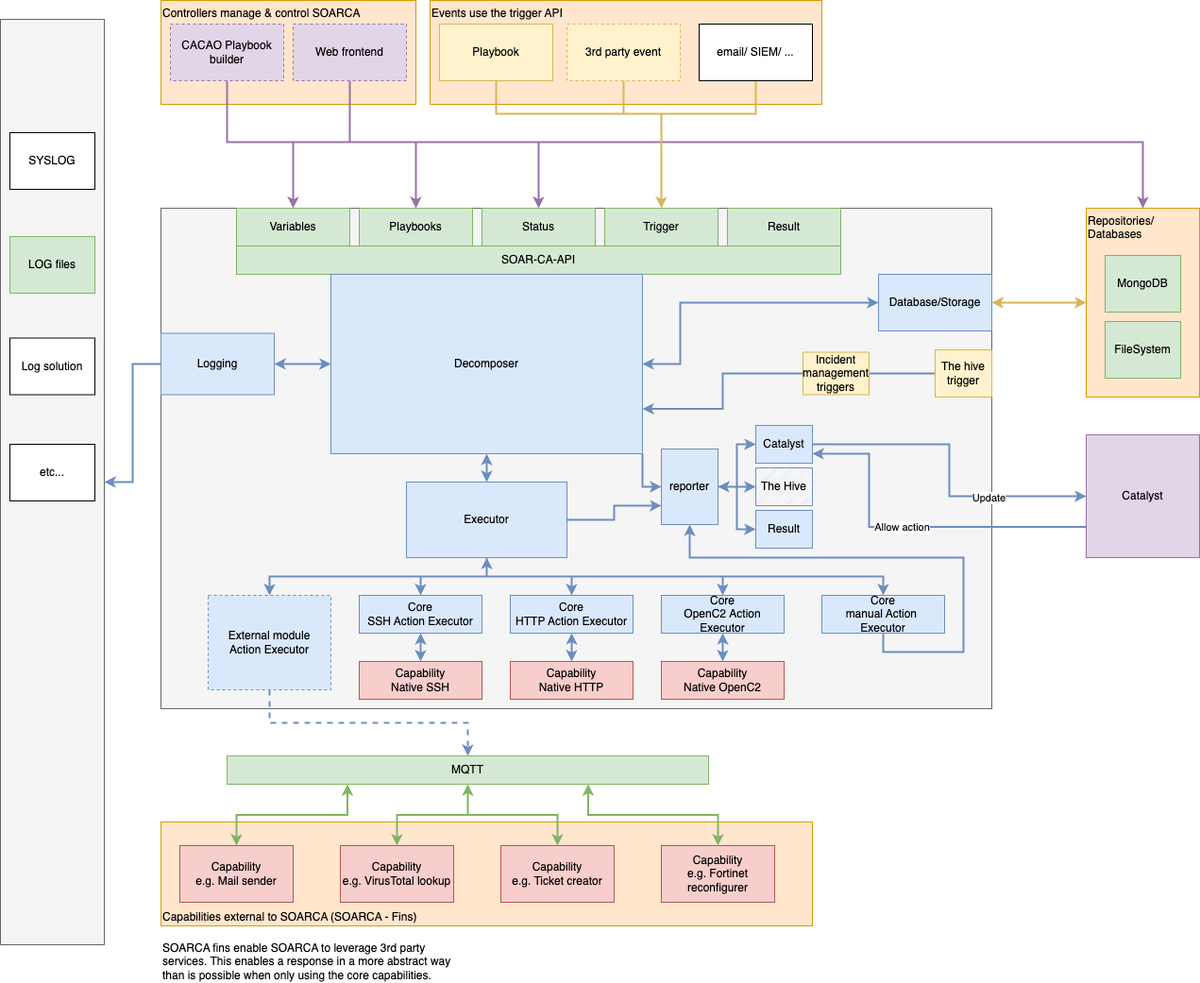
Earlier version of the draw.io export docs/static/images/soarca-functional-design.png (COSSAS/SOARCA). Source tidied: cells renumbered, new cells last; positions are measured from the earlier drawing's top-left corner, leaving out a move shared by most shapes.
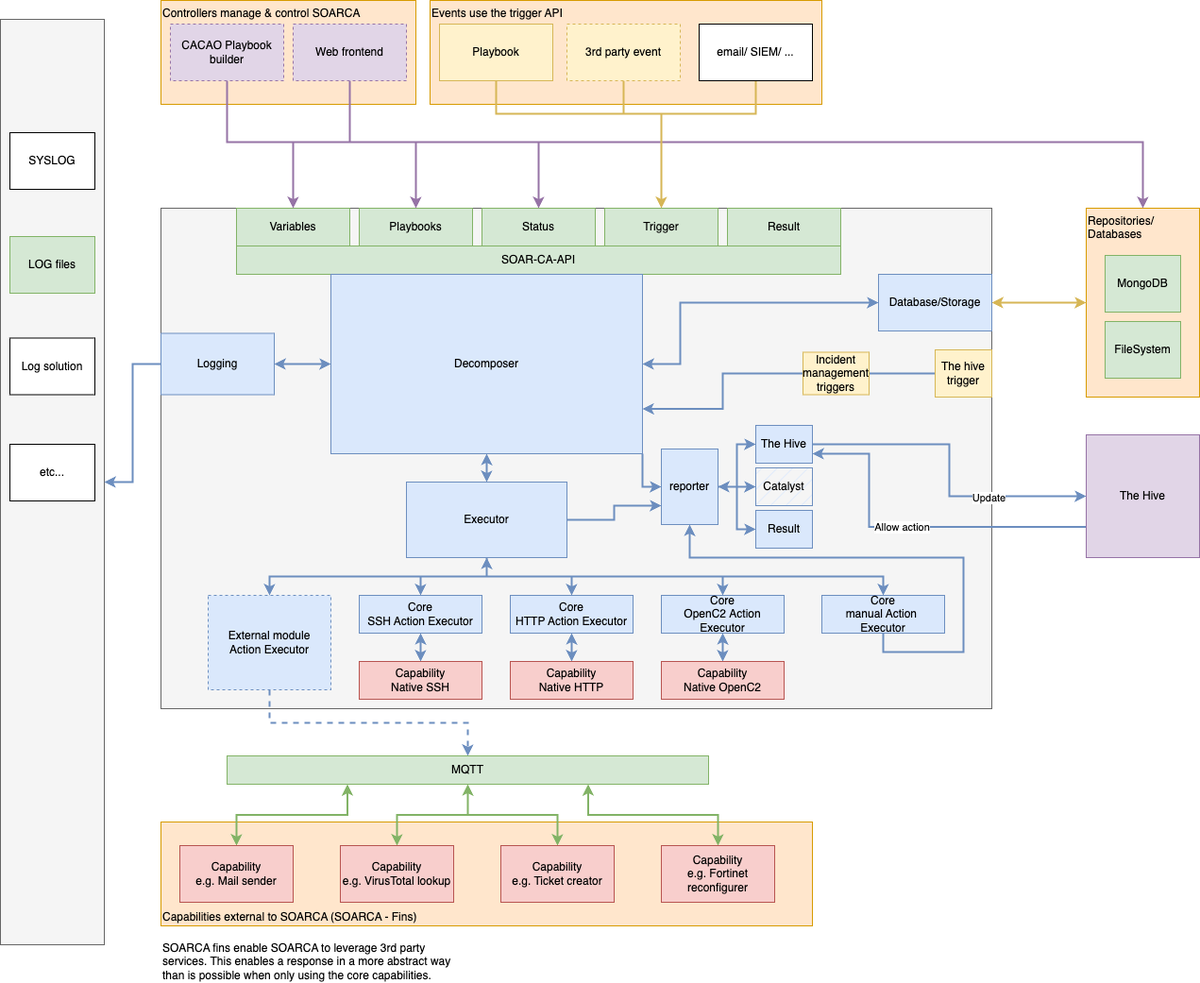
The same diagram one commit later.

Commit message:
change catalyst to the hive again lol

What changed in the source:
```diff
@@ -262,10 +262,10 @@
         <mxPoint x="-45" y="-3" as="offset" />
       </mxGeometry>
     </mxCell>
-    <mxCell id="71" value="Catalyst" style="rounded=0;whiteSpace=wrap;html=1;fillColor=#dae8fc;strokeColor=#6c8ebf;" parent="1" vertex="1">
+    <mxCell id="71" value="The Hive" style="rounded=0;whiteSpace=wrap;html=1;fillColor=#dae8fc;strokeColor=#6c8ebf;" parent="1" vertex="1">
       <mxGeometry x="800" y="450" width="60" height="40" as="geometry" />
     </mxCell>
-    <mxCell id="72" value="Catalyst" style="rounded=0;whiteSpace=wrap;html=1;fillColor=#e1d5e7;strokeColor=#9673a6;" parent="1" vertex="1">
+    <mxCell id="72" value="The Hive" style="rounded=0;whiteSpace=wrap;html=1;fillColor=#e1d5e7;strokeColor=#9673a6;" parent="1" vertex="1">
       <mxGeometry x="1150" y="460" width="120" height="130" as="geometry" />
     </mxCell>
     <mxCell id="73" style="endArrow=classic;html=1;rounded=0;fillColor=#dae8fc;strokeColor=#6c8ebf;strokeWidth=2;entryX=0;entryY=0.5;entryDx=0;entryDy=0;exitX=1;exitY=0.5;exitDx=0;exitDy=0;edgeStyle=orthogonalEdgeStyle;" parent="1" edge="1" source="71" target="72">
@@ -286,7 +286,7 @@
     <mxCell id="78" value="reporter" style="rounded=0;whiteSpace=wrap;html=1;fillColor=#dae8fc;strokeColor=#6c8ebf;" parent="1" vertex="1">
       <mxGeometry x="700" y="475" width="60" height="80" as="geometry" />
     </mxCell>
-    <mxCell id="79" value="The Hive" style="rounded=0;whiteSpace=wrap;html=1;fillColor=#dae8fc;strokeColor=#6c8ebf;fillStyle=hatch;" parent="1" vertex="1">
+    <mxCell id="79" value="Catalyst" style="rounded=0;whiteSpace=wrap;html=1;fillColor=#dae8fc;strokeColor=#6c8ebf;fillStyle=hatch;" parent="1" vertex="1">
       <mxGeometry x="800" y="495" width="60" height="40" as="geometry" />
     </mxCell>
     <mxCell id="80" style="edgeStyle=orthogonalEdgeStyle;rounded=0;jettySize=auto;html=1;exitX=0;exitY=0.5;exitDx=0;exitDy=0;entryX=1;entryY=0.75;entryDx=0;entryDy=0;fillColor=#dae8fc;strokeColor=#6c8ebf;strokeWidth=2;" parent="1" edge="1" source="82" target="16">
```
